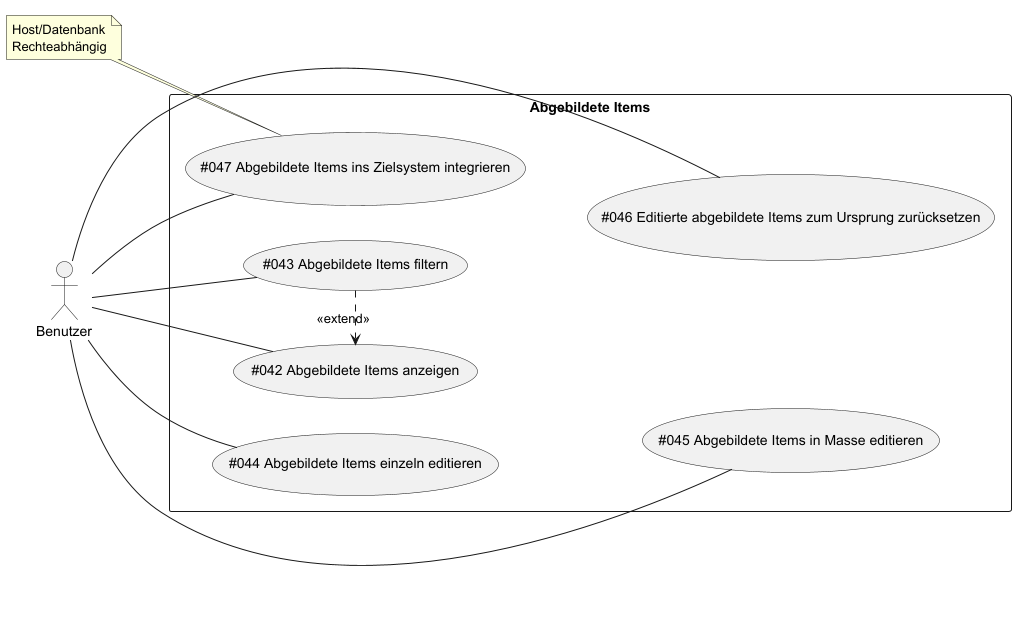
Before: data-integration-documentation/src/main/images/usecases/mappedItems.png, a diagram exported from PlantUML (TuncerCatalkaya/data-integration).
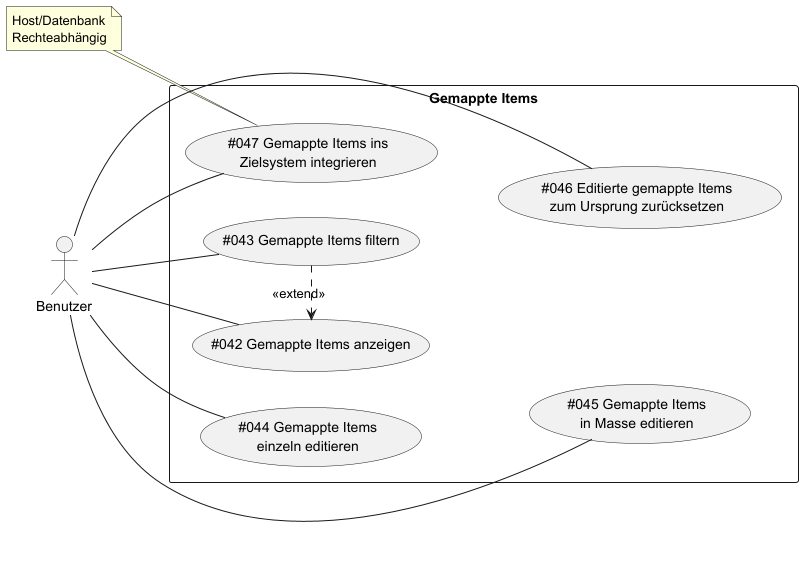
Later version of the same file.

The edit, as a diff of the source:
```diff
@@ -3,13 +3,13 @@
 
 actor Benutzer as Actor1
 
-rectangle "Abgebildete Items" {
-    (#042 Abgebildete Items anzeigen) as (UC42)
-    (#043 Abgebildete Items filtern) as (UC43)
-    (#044 Abgebildete Items einzeln editieren) as (UC44)
-    (#045 Abgebildete Items in Masse editieren) as (UC45)
-    (#046 Editierte abgebildete Items zum Ursprung zurücksetzen) as (UC46)
-    (#047 Abgebildete Items ins Zielsystem integrieren) as (UC47)
+rectangle "Gemappte Items" {
+    (#042 Gemappte Items anzeigen) as (UC42)
+    (#043 Gemappte Items filtern) as (UC43)
+    (#044 Gemappte Items\neinzeln editieren) as (UC44)
+    (#045 Gemappte Items\nin Masse editieren) as (UC45)
+    (#046 Editierte gemappte Items\nzum Ursprung zurücksetzen) as (UC46)
+    (#047 Gemappte Items ins\nZielsystem integrieren) as (UC47)
 }
 
 note "Host/Datenbank\nRechteabhängig" as N1
```
